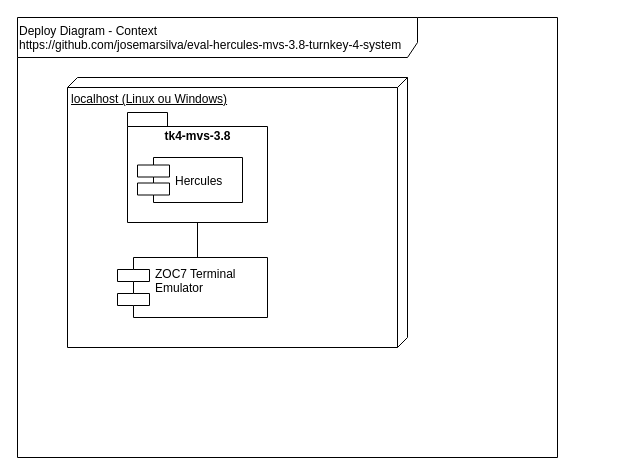
This is doc/images/DeployDiagram-Context.drawio from josemarsilva/eval-hercules-mvs-3.8-turnkey-4-system, a draw.io file, before an edit. Source tidied: cells renumbered, new cells numbered last; positions are measured from the earlier drawing's top-left corner, leaving out a move shared by most shapes. Both pictures are drawn from the tidied source at 100%, with x=0, y=0 at pixel (17, 17).
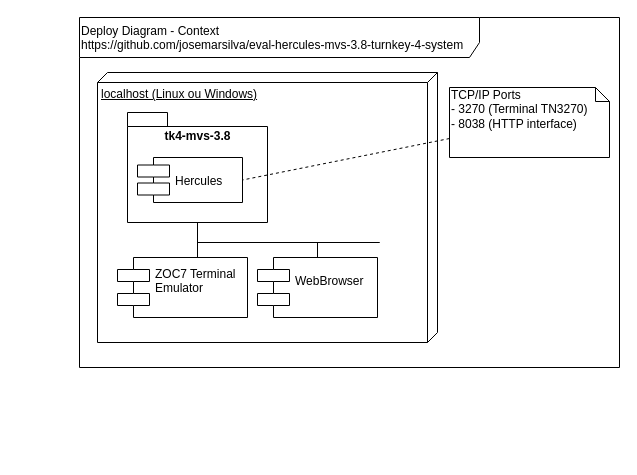
The same page after the edit.

Diff of the diagram source:
```diff
@@
 <mxGraphModel>
   <root>
     <mxCell id="0" />
     <mxCell id="1" parent="0" />
     <mxCell id="2" value="Deploy Diagram - Context&lt;br&gt;https://github.com/josemarsilva/eval-hercules-mvs-3.8-turnkey-4-system&lt;br&gt;" style="shape=umlFrame;whiteSpace=wrap;html=1;width=400;height=40;verticalAlign=top;align=left;" parent="1" vertex="1">
-      <mxGeometry width="540" height="440" as="geometry" />
+      <mxGeometry x="62" width="540" height="350" as="geometry" />
     </mxCell>
     <mxCell id="3" value="localhost (Linux ou Windows)" style="verticalAlign=top;align=left;spacingTop=8;spacingLeft=2;spacingRight=12;shape=cube;size=10;direction=south;fontStyle=4;html=1;" parent="1" vertex="1">
-      <mxGeometry x="50" y="60" width="340" height="270" as="geometry" />
+      <mxGeometry x="80" y="55" width="340" height="270" as="geometry" />
     </mxCell>
     <mxCell id="4" value="tk4-mvs-3.8" style="shape=folder;fontStyle=1;spacingTop=10;tabWidth=40;tabHeight=14;tabPosition=left;html=1;verticalAlign=top;" parent="1" vertex="1">
       <mxGeometry x="110" y="95" width="140" height="110" as="geometry" />
     </mxCell>
     <mxCell id="5" value="Hercules" style="shape=component;align=left;spacingLeft=36;" parent="1" vertex="1">
       <mxGeometry x="120" y="140" width="105" height="45" as="geometry" />
     </mxCell>
     <mxCell id="6" style="edgeStyle=orthogonalEdgeStyle;rounded=0;jettySize=auto;html=1;exitX=0.5;exitY=0;exitDx=0;exitDy=0;entryX=0.5;entryY=1;entryDx=0;entryDy=0;entryPerimeter=0;endArrow=none;endFill=0;" parent="1" edge="1" source="7" target="4">
       <mxGeometry relative="1" as="geometry" />
     </mxCell>
     <mxCell id="7" value="ZOC7 Terminal&#10;Emulator&#10;" style="shape=component;align=left;spacingLeft=36;" parent="1" vertex="1">
-      <mxGeometry x="100" y="240" width="150" height="60" as="geometry" />
+      <mxGeometry x="100" y="240" width="130" height="60" as="geometry" />
     </mxCell>
+    <mxCell id="8" style="rounded=0;jettySize=auto;html=1;exitX=0.5;exitY=0;exitDx=0;exitDy=0;endArrow=none;endFill=0;entryX=0.5;entryY=1;entryDx=0;entryDy=0;entryPerimeter=0;edgeStyle=orthogonalEdgeStyle;" parent="1" edge="1" source="9" target="4">
+      <mxGeometry relative="1" as="geometry">
+        <Array as="points">
+          <mxPoint x="362" y="225" />
+          <mxPoint x="242" y="225" />
+        </Array>
+      </mxGeometry>
+    </mxCell>
+    <mxCell id="9" value="WebBrowser&#10;" style="shape=component;align=left;spacingLeft=36;" parent="1" vertex="1">
+      <mxGeometry x="240" y="240" width="120" height="60" as="geometry" />
+    </mxCell>
+    <mxCell id="10" style="rounded=0;jettySize=auto;html=1;entryX=1;entryY=0.5;entryDx=0;entryDy=0;endArrow=none;endFill=0;dashed=1;" parent="1" edge="1" source="11" target="5">
+      <mxGeometry relative="1" as="geometry" />
+    </mxCell>
+    <mxCell id="11" value="TCP/IP Ports&lt;br&gt;- 3270 (Terminal TN3270)&lt;br&gt;- 8038 (HTTP interface)&lt;br&gt;" style="shape=note;whiteSpace=wrap;html=1;size=14;verticalAlign=top;align=left;spacingTop=-6;" parent="1" vertex="1">
+      <mxGeometry x="432" y="70" width="160" height="70" as="geometry" />
+    </mxCell>
   </root>
 </mxGraphModel>
```
